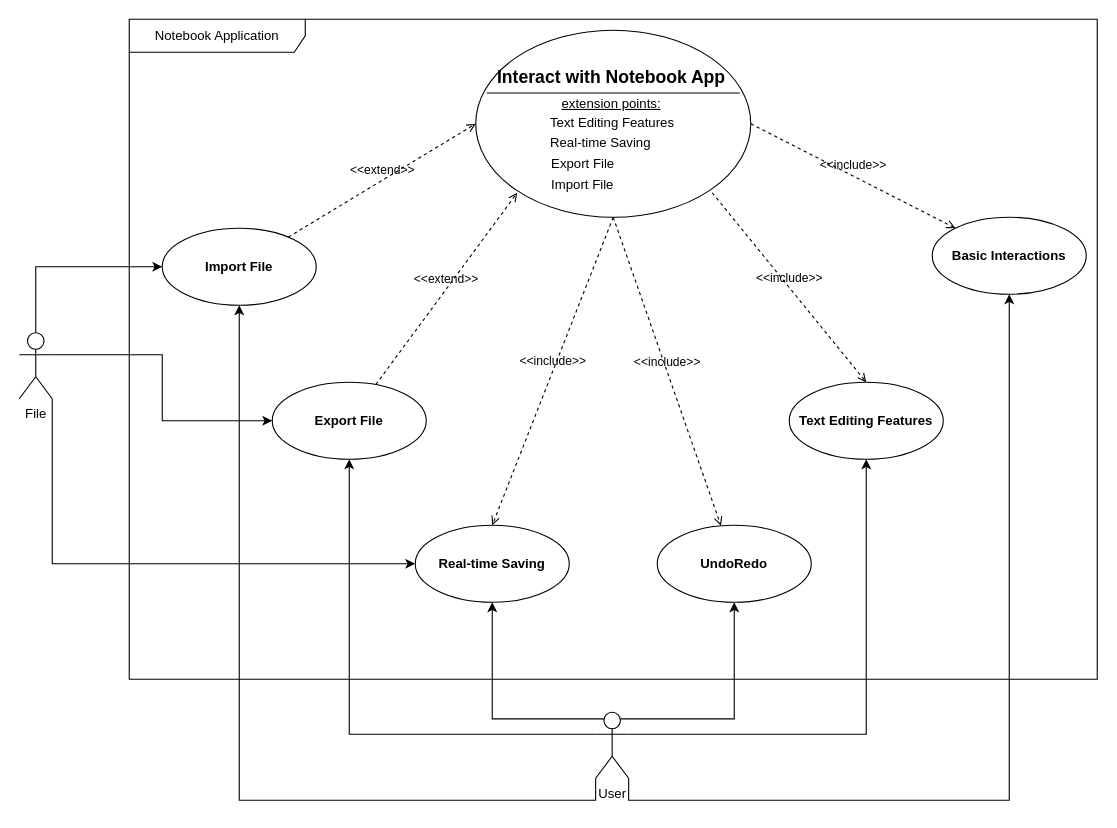
EvatsugDnalloR/NotebookApplication keeps this draw.io diagram as page "Use Case Diagram" (1 of 9) of uml_diagrams/notebookapp.drawio. Above is the earlier version. Source tidied: cells renumbered, new cells numbered last; positions are measured from the earlier drawing's top-left corner, leaving out a move shared by most shapes. Both pictures are drawn from the tidied source at 110%, with x=0, y=0 at pixel (19, 19).
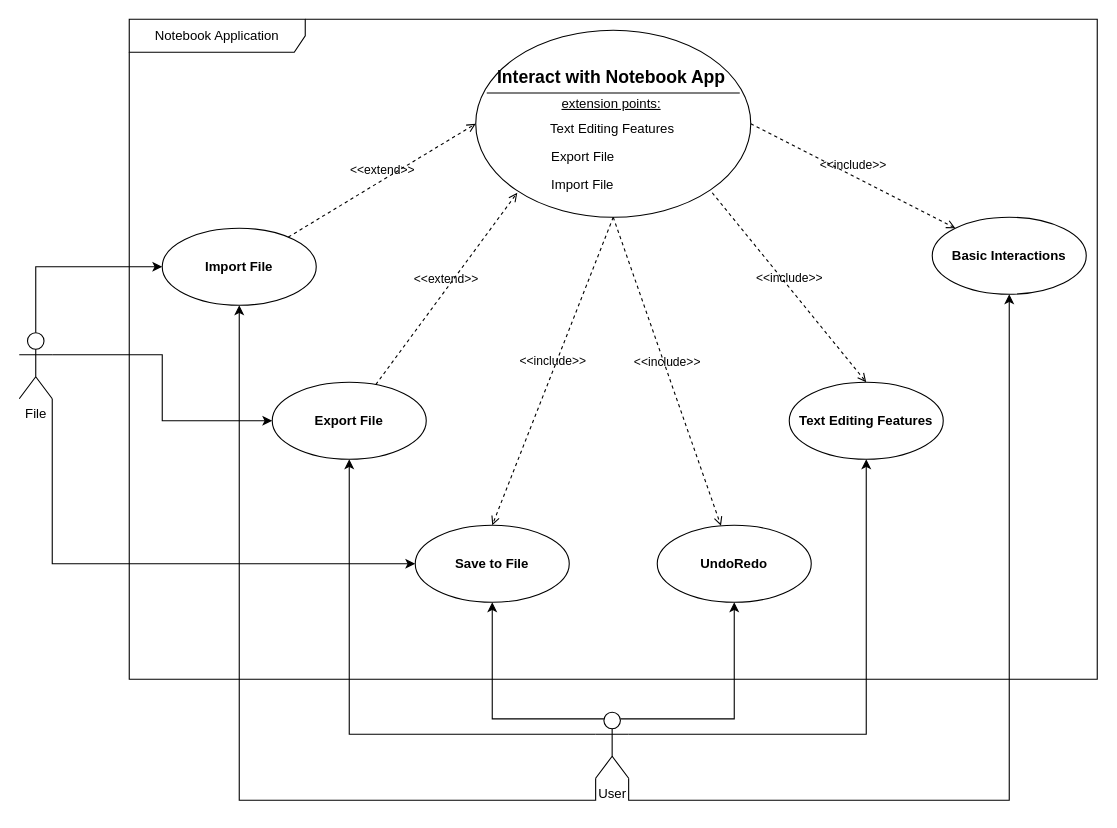
The same diagram, later.

The change refers to these unchanged cells:
```xml
<mxCell id="2" value="Notebook Application" style="shape=umlFrame;whiteSpace=wrap;html=1;width=160;" parent="1" vertex="1">
  <mxGeometry x="100" width="880" height="600" as="geometry" />
</mxCell>
<mxCell id="3" style="shape=ellipse;horizontal=1;html=1;dashed=0;" parent="2" vertex="1">
  <mxGeometry x="315" y="10" width="250" height="170" as="geometry" />
</mxCell>
```

The edit, as a diff of the source:
```diff
@@
-    <mxCell id="7" value="Real-time Saving" style="text;html=1;align=left;verticalAlign=middle;spacingLeft=25;fillColor=none;strokeColor=none;whiteSpace=wrap;" parent="3" vertex="1">
-      <mxGeometry x="41" y="93.3" width="128" height="20" as="geometry" />
-    </mxCell>
     <mxCell id="8" value="Text Editing Features" style="text;html=1;align=left;verticalAlign=middle;spacingLeft=25;fillColor=none;strokeColor=none;whiteSpace=wrap;" parent="3" vertex="1">
-      <mxGeometry x="41" y="74.3" width="140" height="20" as="geometry" />
+      <mxGeometry x="41" y="80.3" width="140" height="20" as="geometry" />
     </mxCell>
     <mxCell id="9" value="Export File" style="text;html=1;align=left;verticalAlign=middle;spacingLeft=25;fillColor=none;strokeColor=none;whiteSpace=wrap;" parent="3" vertex="1">
-      <mxGeometry x="41.5" y="112.3" width="100.5" height="20" as="geometry" />
+      <mxGeometry x="41.5" y="105.3" width="100.5" height="20" as="geometry" />
     </mxCell>
@@
-    <mxCell id="12" value="&lt;b&gt;Real-time Saving&lt;/b&gt;" style="ellipse;whiteSpace=wrap;html=1;" parent="2" vertex="1">
+    <mxCell id="12" value="&lt;b&gt;Save to File&lt;/b&gt;" style="ellipse;whiteSpace=wrap;html=1;" parent="2" vertex="1">
       <mxGeometry x="260" y="460" width="140" height="70" as="geometry" />
     </mxCell>
```
